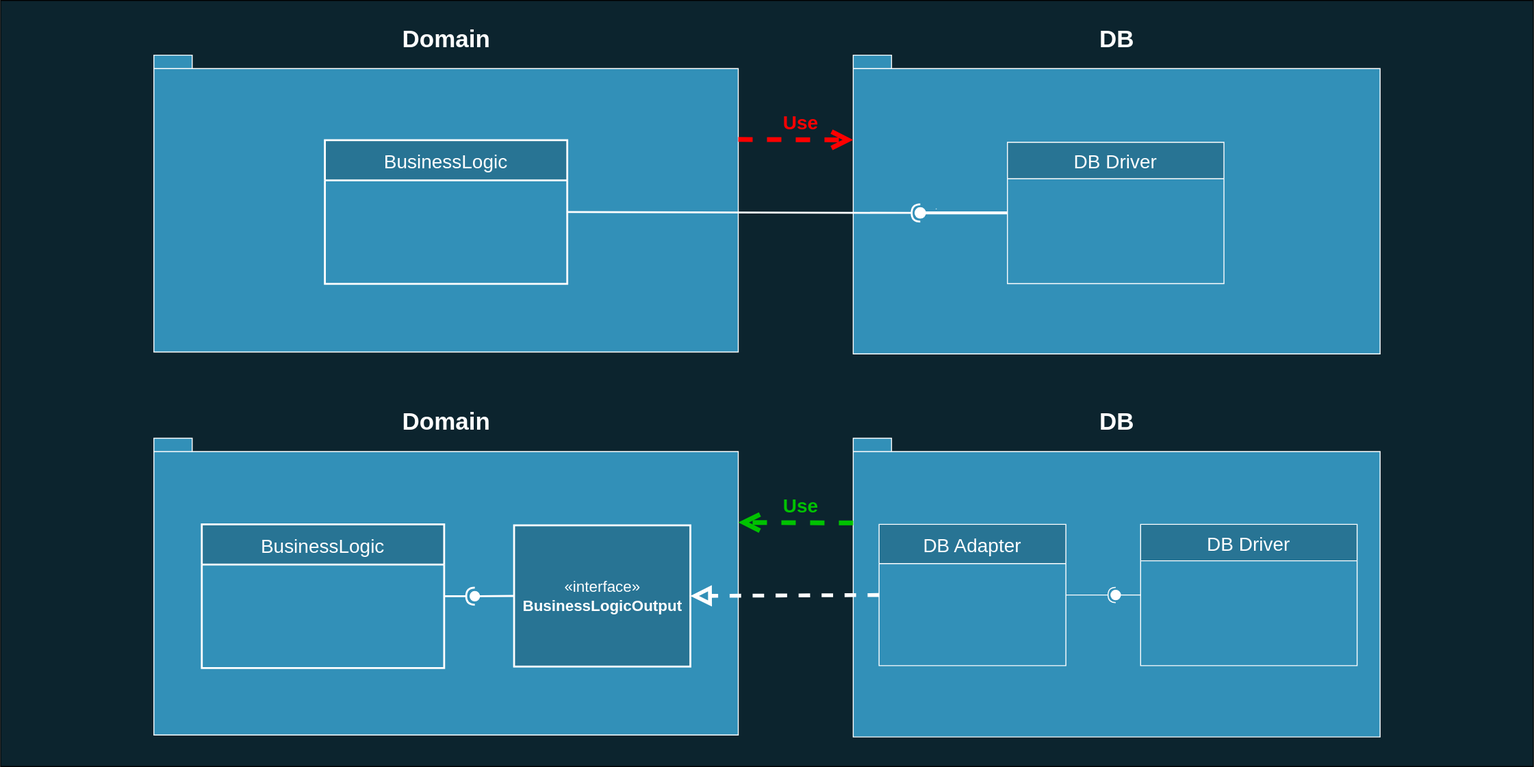
This is diagrams/images/caWithoutAndWithDIP.svg from AlexanderLapygin/dependency-inversion-slides, a draw.io export, as it was before one commit. Source tidied: cells renumbered, new cells last; positions are measured from the earlier drawing's top-left corner, leaving out a move shared by most shapes.
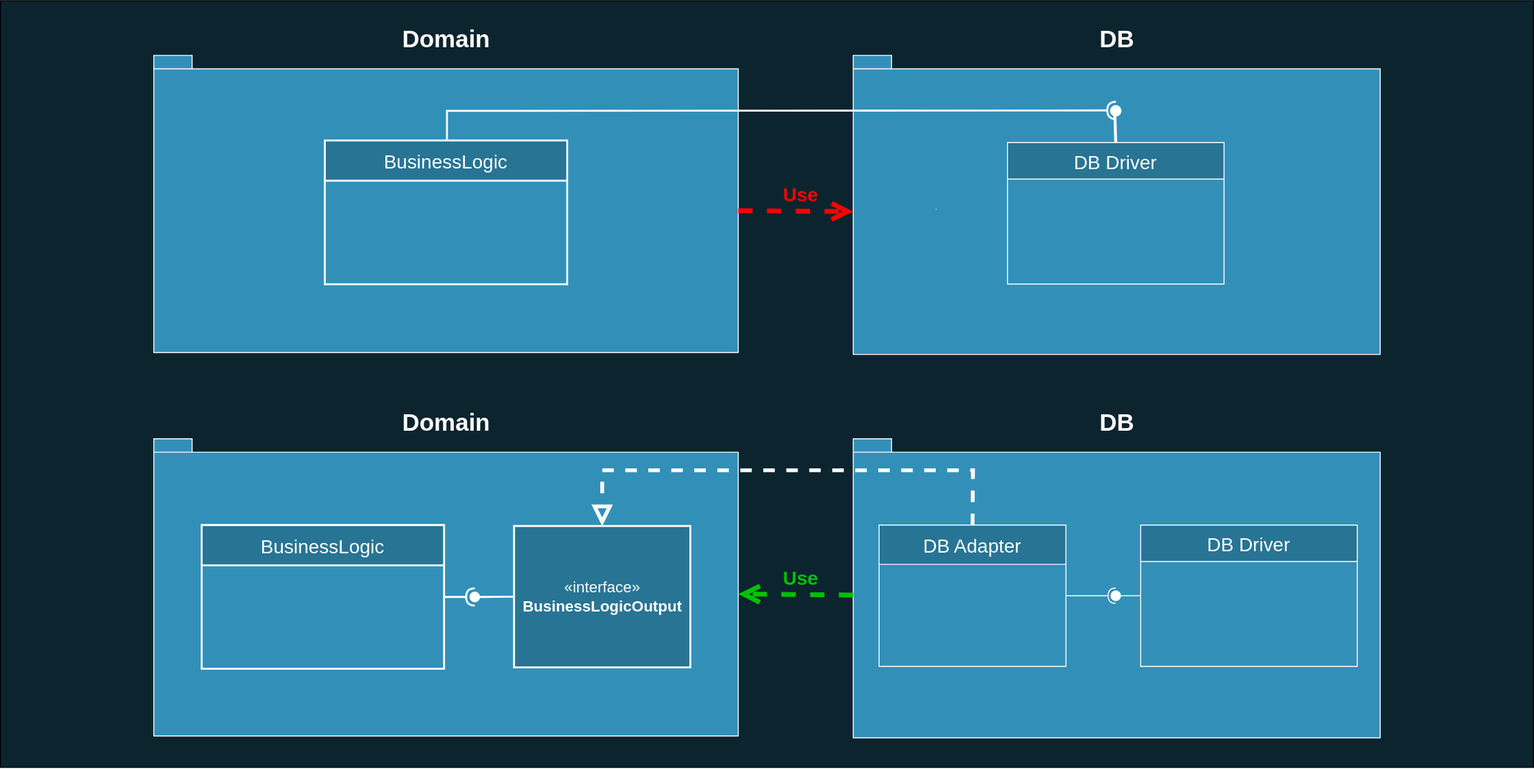
Above is the later version.

Diff of the diagram source:
```diff
@@ -32,8 +32,13 @@
     <mxCell id="11" style="ellipse;whiteSpace=wrap;html=1;fontFamily=Helvetica;fontSize=12;fontColor=#FFFFFF;align=center;strokeColor=#FFFFFF;fillColor=#ffffff;points=[];" parent="1" vertex="1">
       <mxGeometry x="1159" y="615.9" width="10" height="10" as="geometry" />
     </mxCell>
-    <mxCell id="12" style="endArrow=block;dashed=1;endFill=0;endSize=12;html=1;entryX=1;entryY=0.5;entryDx=0;entryDy=0;exitX=0;exitY=0.5;exitDx=0;exitDy=0;strokeColor=#FFFFFF;strokeWidth=4;" parent="1" edge="1" source="23" target="5">
-      <mxGeometry relative="1" as="geometry" />
+    <mxCell id="12" style="endArrow=block;dashed=1;endFill=0;endSize=12;html=1;entryX=0.5;entryY=0;entryDx=0;entryDy=0;exitX=0.5;exitY=0;exitDx=0;exitDy=0;strokeColor=#FFFFFF;strokeWidth=4;rounded=0;" parent="1" edge="1" source="23" target="5">
+      <mxGeometry relative="1" as="geometry">
+        <Array as="points">
+          <mxPoint x="1015" y="490" />
+          <mxPoint x="628" y="490" />
+        </Array>
+      </mxGeometry>
     </mxCell>
     <mxCell id="13" value="&lt;font color=&quot;#ffffff&quot;&gt;&lt;span style=&quot;font-size: 25px&quot;&gt;Domain&lt;br&gt;&lt;/span&gt;&lt;/font&gt;" style="shape=folder;fontStyle=1;spacingTop=10;tabWidth=40;tabHeight=14;tabPosition=left;html=1;fillColor=#3290B8;labelPosition=center;verticalLabelPosition=top;align=center;verticalAlign=bottom;strokeColor=#FFFFFF;" parent="1" vertex="1">
       <mxGeometry x="160" y="57.1" width="610" height="310" as="geometry" />
@@ -47,19 +52,25 @@
         <mxPoint x="976.5" y="217.3" as="targetPoint" />
       </mxGeometry>
     </mxCell>
-    <mxCell id="16" style="rounded=0;jettySize=auto;html=1;endArrow=none;endFill=0;labelBackgroundColor=none;strokeColor=#FFFFFF;strokeWidth=3;fontSize=20;fontColor=#FFFFFF;exitX=0;exitY=0.5;exitDx=0;exitDy=0;" parent="1" edge="1" source="25" target="18">
+    <mxCell id="16" style="rounded=0;jettySize=auto;html=1;endArrow=none;endFill=0;labelBackgroundColor=none;strokeColor=#FFFFFF;strokeWidth=3;fontSize=20;fontColor=#FFFFFF;exitX=0.5;exitY=0;exitDx=0;exitDy=0;" parent="1" edge="1" source="25" target="18">
       <mxGeometry relative="1" as="geometry" />
     </mxCell>
-    <mxCell id="17" style="rounded=0;jettySize=auto;html=1;endArrow=halfCircle;endFill=0;entryX=0.5;entryY=0.5;entryDx=0;entryDy=0;endSize=6;strokeWidth=2;labelBackgroundColor=none;fontSize=20;fontColor=#FFFFFF;strokeColor=#FFFFFF;exitX=1;exitY=0.5;exitDx=0;exitDy=0;" parent="1" edge="1" source="24" target="18">
-      <mxGeometry relative="1" as="geometry" />
+    <mxCell id="17" style="rounded=0;orthogonalLoop=1;jettySize=auto;html=1;endArrow=halfCircle;endFill=0;endSize=6;strokeWidth=2;labelBackgroundColor=none;fontSize=20;fontColor=#FFFFFF;strokeColor=#FFFFFF;exitX=0.5;exitY=0;exitDx=0;exitDy=0;entryX=0.917;entryY=0.756;entryDx=0;entryDy=0;entryPerimeter=0;" parent="1" edge="1">
+      <mxGeometry relative="1" as="geometry">
+        <mxPoint x="466" y="144.9" as="sourcePoint" />
+        <mxPoint x="1164.2" y="114.6" as="targetPoint" />
+        <Array as="points">
+          <mxPoint x="466" y="115" />
+        </Array>
+      </mxGeometry>
     </mxCell>
     <mxCell id="18" style="ellipse;whiteSpace=wrap;html=1;fontFamily=Helvetica;fontSize=12;fontColor=#000000;align=center;strokeColor=#FFFFFF;fillColor=#ffffff;points=[];strokeWidth=2;perimeterSpacing=0;" parent="1" vertex="1">
-      <mxGeometry x="955" y="216.9" width="10" height="10" as="geometry" />
+      <mxGeometry x="1159" y="110" width="10" height="10" as="geometry" />
     </mxCell>
-    <mxCell id="19" value="Use" style="endArrow=open;endSize=12;dashed=1;html=1;labelBackgroundColor=none;strokeColor=#FF0000;strokeWidth=5;fontSize=20;fontColor=#FF0000;entryX=0;entryY=0;entryDx=0;entryDy=88.5;exitX=0;exitY=0;exitDx=610;exitDy=88;exitPerimeter=0;entryPerimeter=0;fontStyle=1;" parent="1" edge="1" source="13" target="14">
+    <mxCell id="19" value="Use" style="endArrow=open;endSize=12;dashed=1;html=1;labelBackgroundColor=none;strokeColor=#FF0000;strokeWidth=5;fontSize=20;fontColor=#FF0000;entryX=0;entryY=0;entryDx=0;entryDy=163;exitX=0;exitY=0;exitDx=610;exitDy=162;exitPerimeter=0;entryPerimeter=0;fontStyle=1;" parent="1" edge="1" source="13" target="14">
       <mxGeometry x="0.08" y="18" relative="1" as="geometry" />
     </mxCell>
-    <mxCell id="20" value="Use" style="endArrow=open;endSize=12;dashed=1;html=1;labelBackgroundColor=none;strokeColor=#00C200;strokeWidth=5;fontSize=20;fontColor=#00C200;entryX=0;entryY=0;entryDx=610;entryDy=88;exitX=0;exitY=0;exitDx=0;exitDy=88.5;exitPerimeter=0;entryPerimeter=0;fontStyle=1;" parent="1" edge="1" source="4" target="3">
+    <mxCell id="20" value="Use" style="endArrow=open;endSize=12;dashed=1;html=1;labelBackgroundColor=none;strokeColor=#00C200;strokeWidth=5;fontSize=20;fontColor=#00C200;entryX=0;entryY=0;entryDx=610;entryDy=162;exitX=0;exitY=0;exitDx=0;exitDy=163;exitPerimeter=0;entryPerimeter=0;fontStyle=1;" parent="1" edge="1" source="4" target="3">
       <mxGeometry x="-0.08" y="-18" relative="1" as="geometry" />
     </mxCell>
     <mxCell id="21" value="BusinessLogic" style="swimlane;fontStyle=0;horizontal=1;startSize=42;fillColor=#287494;fontColor=#FFFFFF;fontSize=20;strokeWidth=2;strokeColor=#FFFFFF;" parent="1" vertex="1">
```
